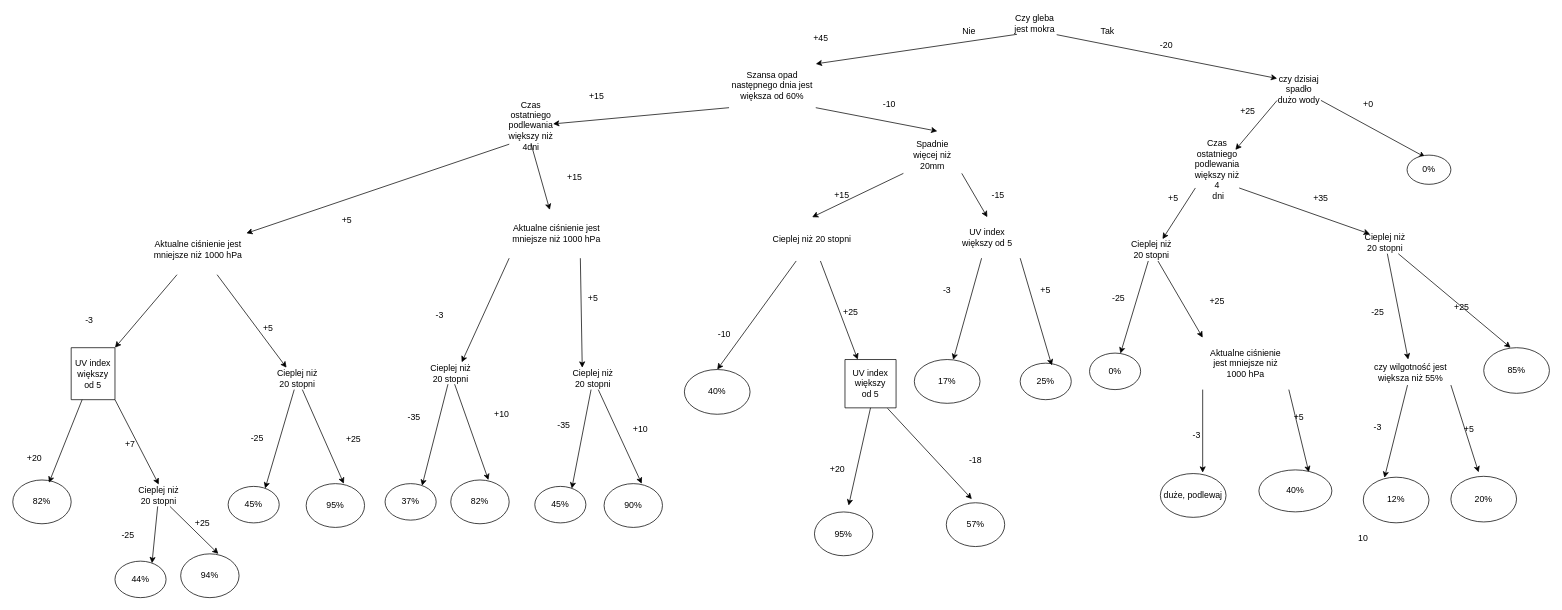
damiantomczyszyn/Irrigation-System keeps this draw.io diagram as page "Drzewo-do-magisterki-Bsh" (4 of 6) of conditional-probability.drawio. Above is the earlier version. Source tidied: cells renumbered, new cells numbered last; positions are measured from the earlier drawing's top-left corner, leaving out a move shared by most shapes. Both pictures are drawn from the tidied source at 73%, with x=0, y=0 at pixel (12, 12).
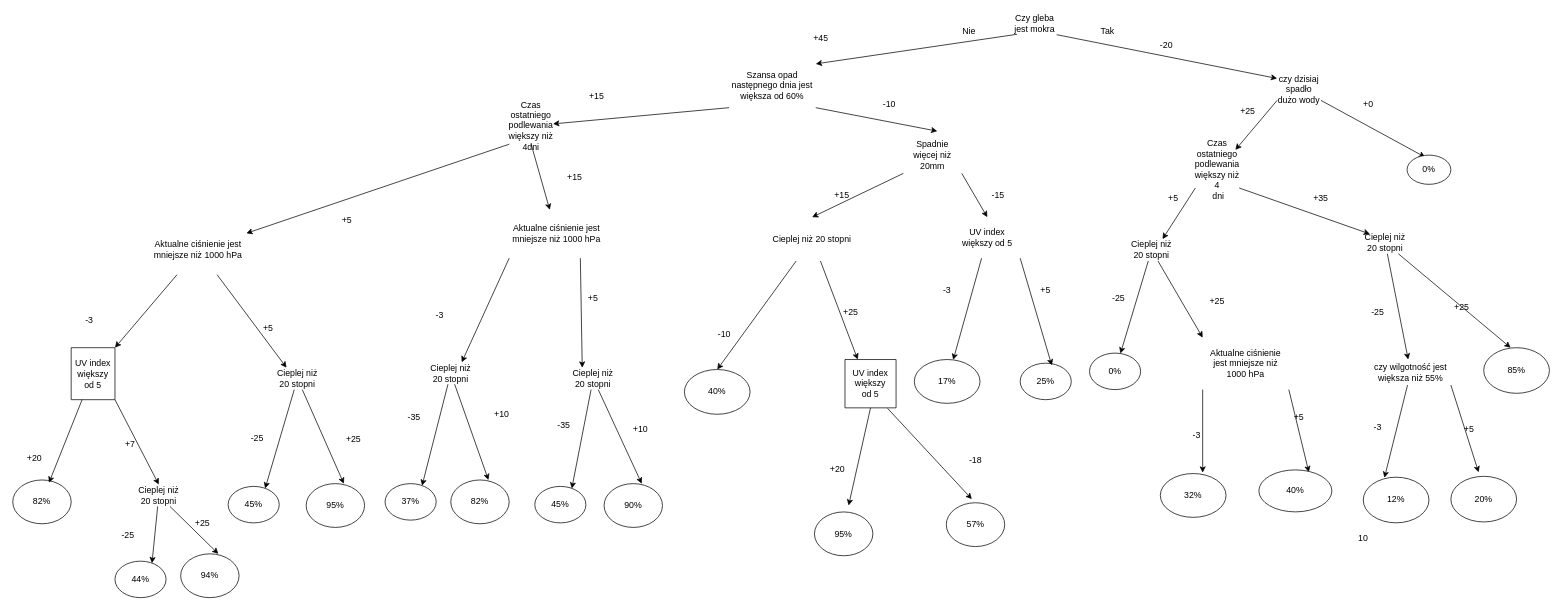
The same diagram, later.

Change to the diagram source:
```diff
@@
-    <mxCell id="104" value="duże, podlewaj" style="ellipse;whiteSpace=wrap;html=1;" parent="1" vertex="1">
+    <mxCell id="104" value="32%" style="ellipse;whiteSpace=wrap;html=1;" parent="1" vertex="1">
       <mxGeometry x="1572" y="631.2" width="90" height="60" as="geometry" />
     </mxCell>
```
